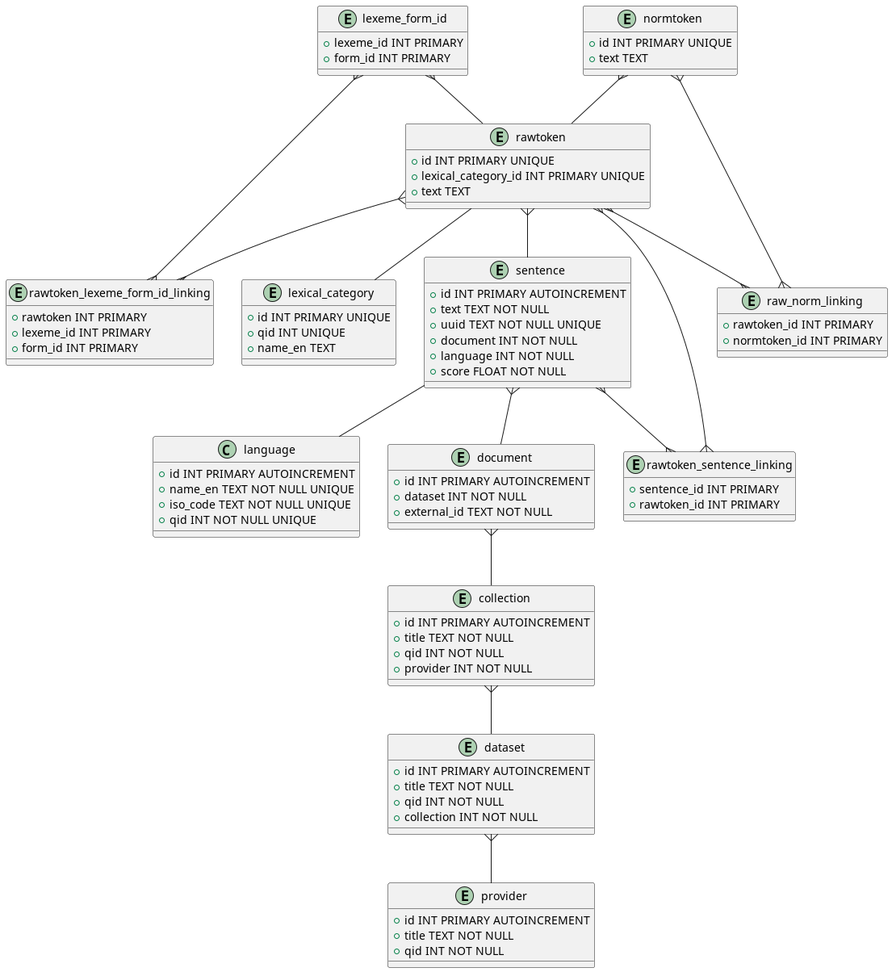
Earlier version of the PlantUML export diagrams/datamodel.png (dpriskorn/riksdagen_sentences).
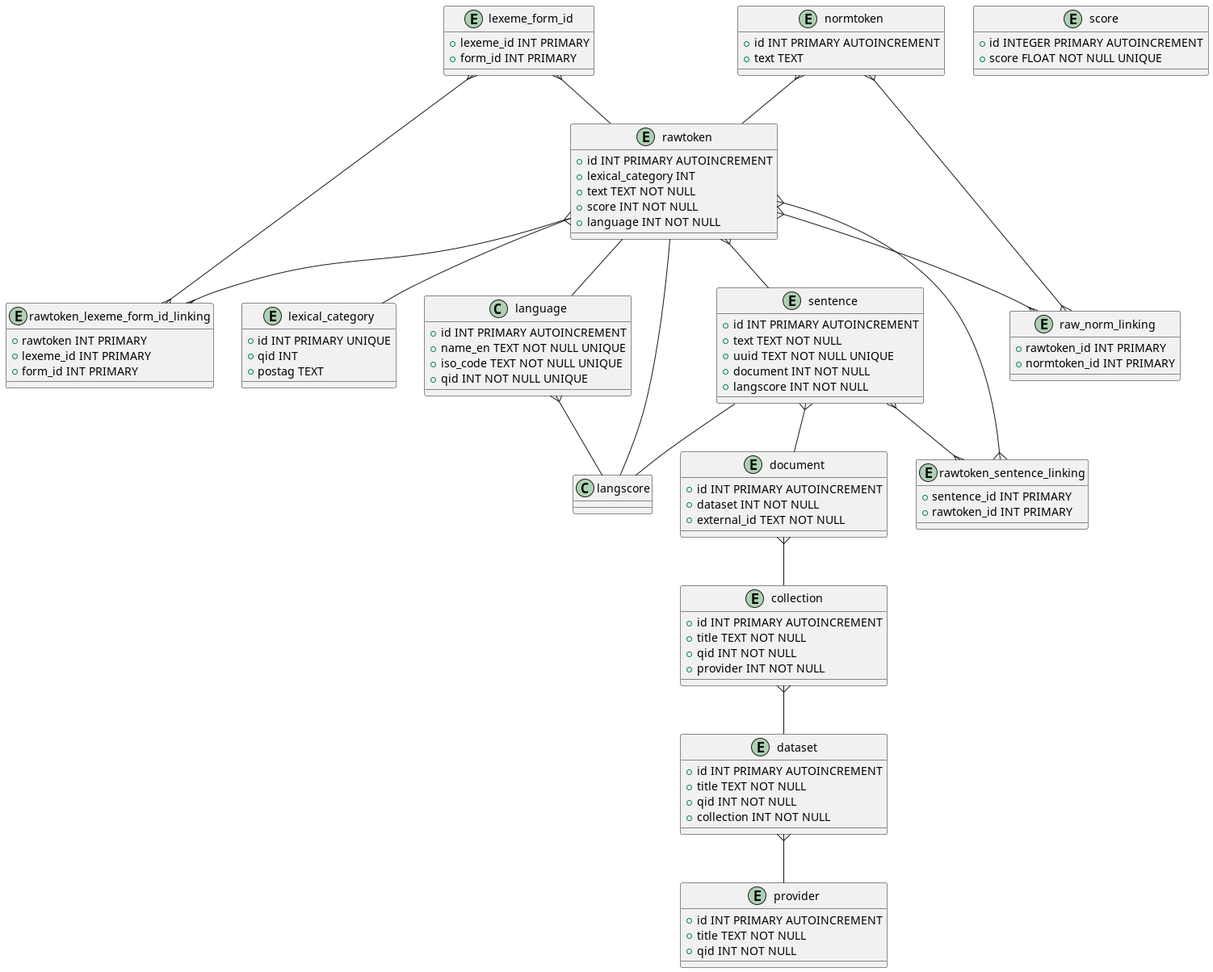
After the change.

Commit message:
docs: Update datamodel with score table to avoid duplication

The edit, as a diff of the source:
```diff
@@ -2,8 +2,8 @@
 
 entity lexical_category {
     + id INT PRIMARY UNIQUE
-    + qid INT UNIQUE
-    + name_en TEXT
+    + qid INT
+    + postag TEXT
 }
 
 class language {
@@ -42,8 +42,7 @@
     + text TEXT NOT NULL
     + uuid TEXT NOT NULL UNIQUE
     + document INT NOT NULL
-    + language INT NOT NULL
-    + score FLOAT NOT NULL
+    + langscore INT NOT NULL
 }
 
 entity rawtoken_sentence_linking {
@@ -63,13 +62,20 @@
 }
 
 entity rawtoken {
-    + id INT PRIMARY UNIQUE
-    + lexical_category_id INT PRIMARY UNIQUE
-    + text TEXT
+    + id INT PRIMARY AUTOINCREMENT
+    + lexical_category INT
+    + text TEXT NOT NULL
+    + score INT NOT NULL
+    + language INT NOT NULL
+}
+
+entity score {
+    + id INTEGER PRIMARY AUTOINCREMENT
+    + score FLOAT NOT NULL UNIQUE
 }
 
 entity normtoken {
-    + id INT PRIMARY UNIQUE
+    + id INT PRIMARY AUTOINCREMENT
     + text TEXT
 }
 
@@ -86,9 +92,12 @@
 document }-- collection
 collection }-- dataset
 dataset }-- provider
+language }-- langscore
 
-sentence -- language
+sentence -- langscore
 rawtoken -- lexical_category
+rawtoken -- langscore
+rawtoken -- language
 
 rawtoken }--{ raw_norm_linking
 normtoken }--{ raw_norm_linking
```
